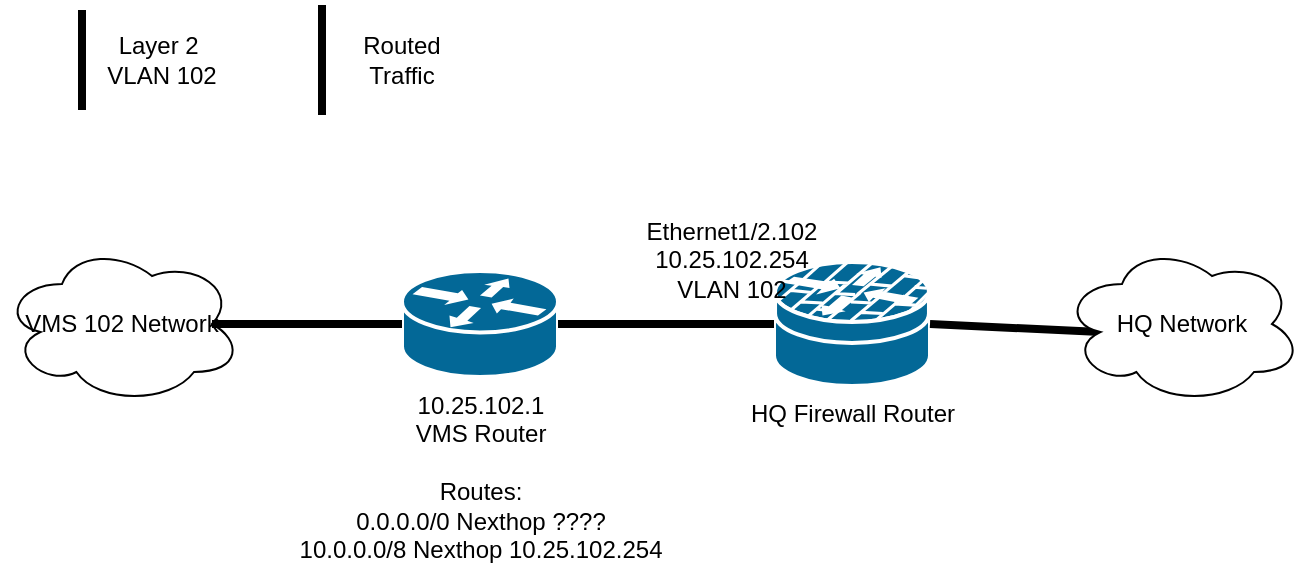
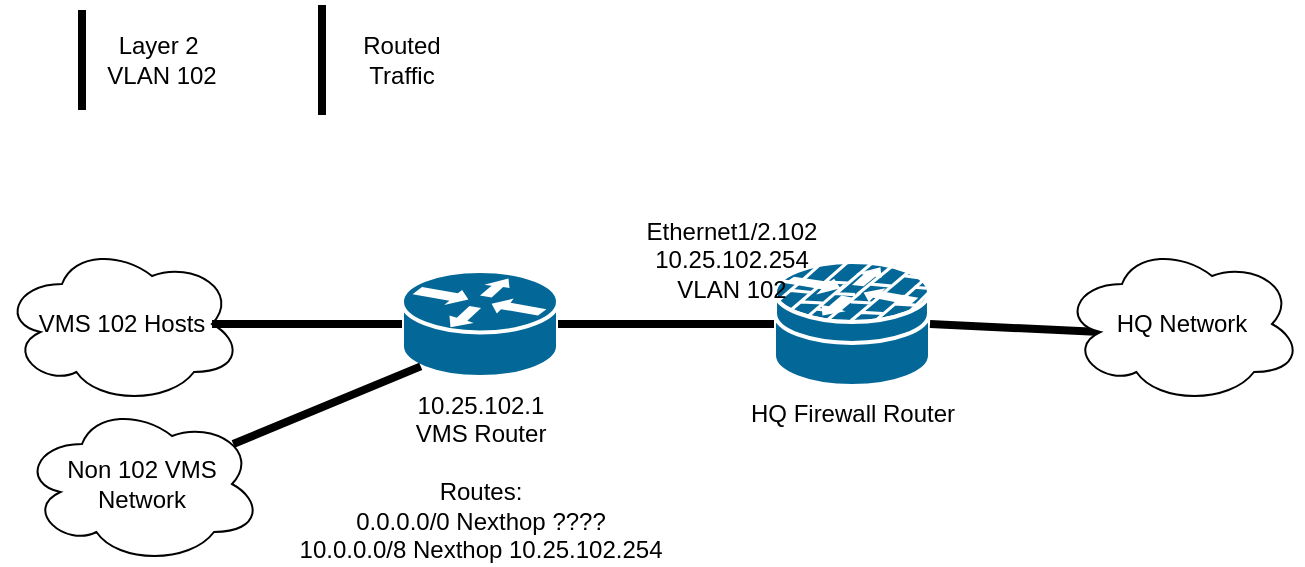
<mxfile host="app.diagrams.net">
  <diagram name="Page-1" id="4S8Gl4sf2LsPPyjwvW3X">
    <mxGraphModel dx="1400" dy="729" grid="1" gridSize="10" guides="1" tooltips="1" connect="1" arrows="1" fold="1" page="1" pageScale="1" pageWidth="850" pageHeight="1100" math="0" shadow="0">
      <root>
        <mxCell id="0" />
        <mxCell id="1" parent="0" />
        <mxCell id="08-S4UHzcj1Pybimo4jH-1" parent="1" style="strokeColor=#ffffff;sketch=0;html=1;pointerEvents=1;dashed=0;fillColor=#036897;strokeWidth=2;verticalLabelPosition=bottom;verticalAlign=top;align=center;outlineConnect=0;shape=mxgraph.cisco.routers.router;" value="10.25.102.1&lt;div&gt;VMS Router&lt;/div&gt;&lt;div&gt;&lt;br&gt;&lt;/div&gt;&lt;div&gt;Routes:&lt;/div&gt;&lt;div&gt;0.0.0.0/0 Nexthop ????&lt;/div&gt;&lt;div&gt;10.0.0.0/8 Nexthop 10.25.102.254&lt;/div&gt;" vertex="1">
          <mxGeometry height="53" width="78" x="200" y="280.5" as="geometry" />
        </mxCell>
        <mxCell id="08-S4UHzcj1Pybimo4jH-2" parent="1" style="shape=mxgraph.cisco.security.router_firewall;sketch=0;html=1;pointerEvents=1;dashed=0;fillColor=#036897;strokeColor=#ffffff;strokeWidth=2;verticalLabelPosition=bottom;verticalAlign=top;align=center;outlineConnect=0;" value="&lt;div&gt;HQ Firewall Router&lt;/div&gt;" vertex="1">
          <mxGeometry height="62" width="78" x="386" y="276" as="geometry" />
        </mxCell>
        <mxCell id="08-S4UHzcj1Pybimo4jH-4" edge="1" parent="1" source="08-S4UHzcj1Pybimo4jH-1" style="endArrow=none;html=1;rounded=0;entryX=0;entryY=0.5;entryDx=0;entryDy=0;entryPerimeter=0;exitX=1;exitY=0.5;exitDx=0;exitDy=0;exitPerimeter=0;strokeColor=light-dark(#000000,#9999FF);strokeWidth=4;align=center;verticalAlign=middle;fontFamily=Helvetica;fontSize=11;fontColor=default;labelBackgroundColor=default;" target="08-S4UHzcj1Pybimo4jH-2" value="">
          <mxGeometry height="50" relative="1" width="50" as="geometry">
            <mxPoint x="330" y="307" as="sourcePoint" />
            <mxPoint x="290" y="290.5" as="targetPoint" />
          </mxGeometry>
        </mxCell>
        <mxCell id="08-S4UHzcj1Pybimo4jH-6" parent="1" style="text;html=1;whiteSpace=wrap;strokeColor=none;fillColor=none;align=center;verticalAlign=middle;rounded=0;" value="&lt;div&gt;Ethernet1/2.102&lt;/div&gt;10.25.102.254&lt;div&gt;VLAN 102&lt;/div&gt;" vertex="1">
          <mxGeometry height="70" width="120" x="305" y="240" as="geometry" />
        </mxCell>
-         <mxCell id="08-S4UHzcj1Pybimo4jH-7" parent="1" style="ellipse;shape=cloud;whiteSpace=wrap;html=1;" value="VMS 102 Network" vertex="1">
+         <mxCell id="08-S4UHzcj1Pybimo4jH-7" parent="1" style="ellipse;shape=cloud;whiteSpace=wrap;html=1;" value="VMS 102 Hosts" vertex="1">
          <mxGeometry height="80" width="120" y="267" as="geometry" />
        </mxCell>
        <mxCell id="08-S4UHzcj1Pybimo4jH-8" edge="1" parent="1" source="08-S4UHzcj1Pybimo4jH-7" style="endArrow=none;html=1;rounded=0;entryX=0;entryY=0.5;entryDx=0;entryDy=0;entryPerimeter=0;exitX=0.875;exitY=0.5;exitDx=0;exitDy=0;exitPerimeter=0;strokeWidth=4;strokeColor=light-dark(#000000,#9999FF);" target="08-S4UHzcj1Pybimo4jH-1" value="">
          <mxGeometry height="50" relative="1" width="50" as="geometry">
            <mxPoint x="290" y="458.5" as="sourcePoint" />
            <mxPoint x="290" y="290.5" as="targetPoint" />
          </mxGeometry>
        </mxCell>
        <mxCell id="08-S4UHzcj1Pybimo4jH-9" edge="1" parent="1" source="08-S4UHzcj1Pybimo4jH-10" style="endArrow=none;html=1;rounded=0;entryX=1;entryY=0.5;entryDx=0;entryDy=0;entryPerimeter=0;exitX=0.16;exitY=0.55;exitDx=0;exitDy=0;exitPerimeter=0;strokeWidth=4;strokeColor=light-dark(#000000,#66FFB3);" target="08-S4UHzcj1Pybimo4jH-2" value="">
          <mxGeometry height="50" relative="1" width="50" as="geometry">
            <mxPoint x="600" y="300" as="sourcePoint" />
            <mxPoint x="430" y="290.5" as="targetPoint" />
          </mxGeometry>
        </mxCell>
        <mxCell id="08-S4UHzcj1Pybimo4jH-10" parent="1" style="ellipse;shape=cloud;whiteSpace=wrap;html=1;" value="HQ Network" vertex="1">
          <mxGeometry height="80" width="120" x="530" y="267" as="geometry" />
        </mxCell>
        <mxCell id="08-S4UHzcj1Pybimo4jH-11" edge="1" parent="1" style="endArrow=none;html=1;rounded=0;exitX=0.875;exitY=0.5;exitDx=0;exitDy=0;exitPerimeter=0;strokeWidth=4;strokeColor=light-dark(#000000,#9999FF);" value="">
          <mxGeometry height="50" relative="1" width="50" as="geometry">
            <mxPoint x="40" y="200" as="sourcePoint" />
            <mxPoint x="40" y="150" as="targetPoint" />
          </mxGeometry>
        </mxCell>
        <mxCell id="08-S4UHzcj1Pybimo4jH-12" parent="1" style="text;html=1;whiteSpace=wrap;strokeColor=none;fillColor=none;align=center;verticalAlign=middle;rounded=0;" value="Layer 2&amp;nbsp;&lt;div&gt;VLAN 102&lt;/div&gt;" vertex="1">
          <mxGeometry height="30" width="60" x="50" y="160" as="geometry" />
        </mxCell>
        <mxCell id="08-S4UHzcj1Pybimo4jH-13" edge="1" parent="1" style="endArrow=none;html=1;rounded=0;strokeWidth=4;strokeColor=light-dark(#000000,#66FFB3);" value="">
          <mxGeometry height="50" relative="1" width="50" as="geometry">
            <mxPoint x="160" y="147.5" as="sourcePoint" />
            <mxPoint x="160" y="202.5" as="targetPoint" />
          </mxGeometry>
        </mxCell>
        <mxCell id="08-S4UHzcj1Pybimo4jH-14" parent="1" style="text;html=1;whiteSpace=wrap;strokeColor=none;fillColor=none;align=center;verticalAlign=middle;rounded=0;" value="Routed Traffic" vertex="1">
          <mxGeometry height="30" width="60" x="170" y="160" as="geometry" />
        </mxCell>
+         <mxCell id="08-S4UHzcj1Pybimo4jH-15" edge="1" parent="1" source="08-S4UHzcj1Pybimo4jH-1" style="endArrow=none;html=1;rounded=0;strokeWidth=4;strokeColor=light-dark(#000000,#66FFB3);exitX=0.12;exitY=0.9;exitDx=0;exitDy=0;exitPerimeter=0;entryX=0.88;entryY=0.25;entryDx=0;entryDy=0;entryPerimeter=0;" target="08-S4UHzcj1Pybimo4jH-16" value="">
+           <mxGeometry height="50" relative="1" width="50" as="geometry">
+             <mxPoint x="700" y="660" as="sourcePoint" />
+             <mxPoint x="130" y="370" as="targetPoint" />
+           </mxGeometry>
+         </mxCell>
+         <mxCell id="08-S4UHzcj1Pybimo4jH-16" parent="1" style="ellipse;shape=cloud;whiteSpace=wrap;html=1;" value="Non 102 VMS Network" vertex="1">
+           <mxGeometry height="80" width="120" x="10" y="347" as="geometry" />
+         </mxCell>
      </root>
    </mxGraphModel>
  </diagram>
</mxfile>
